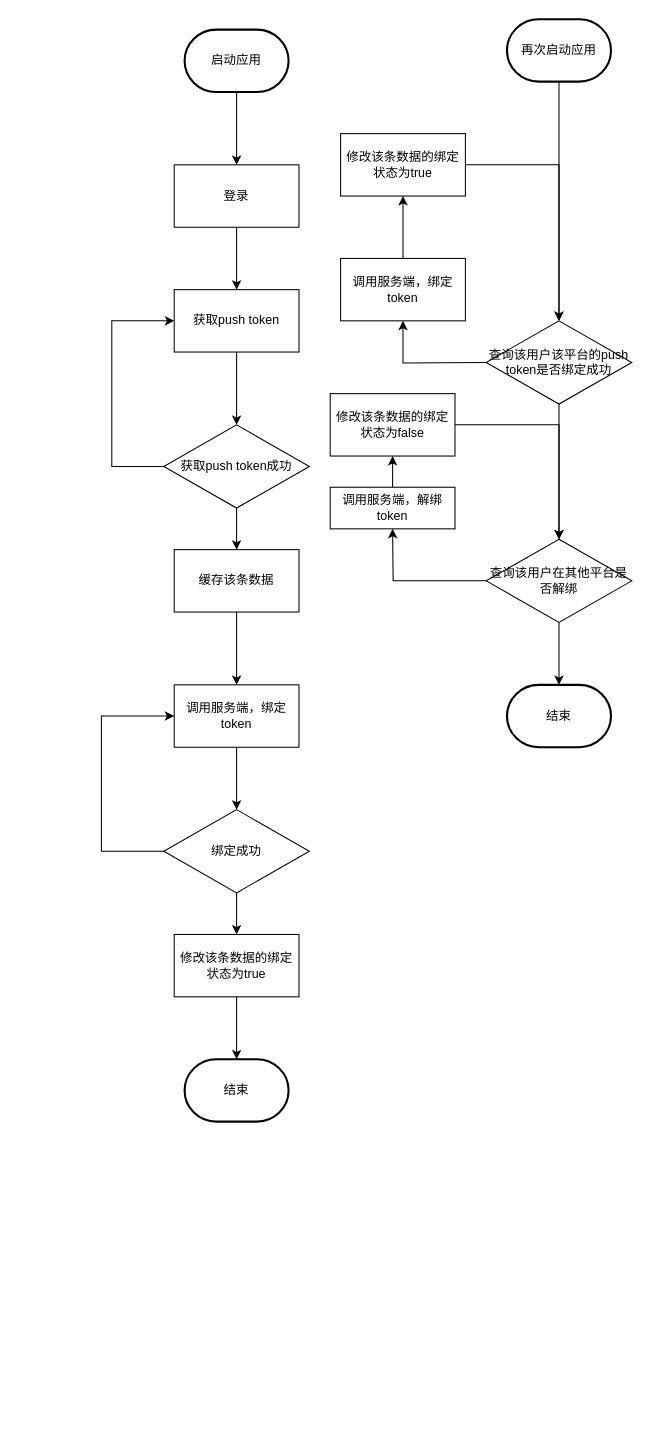
This is 未命名绘图.drawio from geeker-cmc/css3, a draw.io file, before an edit. Source tidied: cells renumbered, new cells numbered last; positions are measured from the earlier drawing's top-left corner, leaving out a move shared by most shapes. Both pictures are drawn from the tidied source at 104%, with x=0, y=0 at pixel (101, 19).
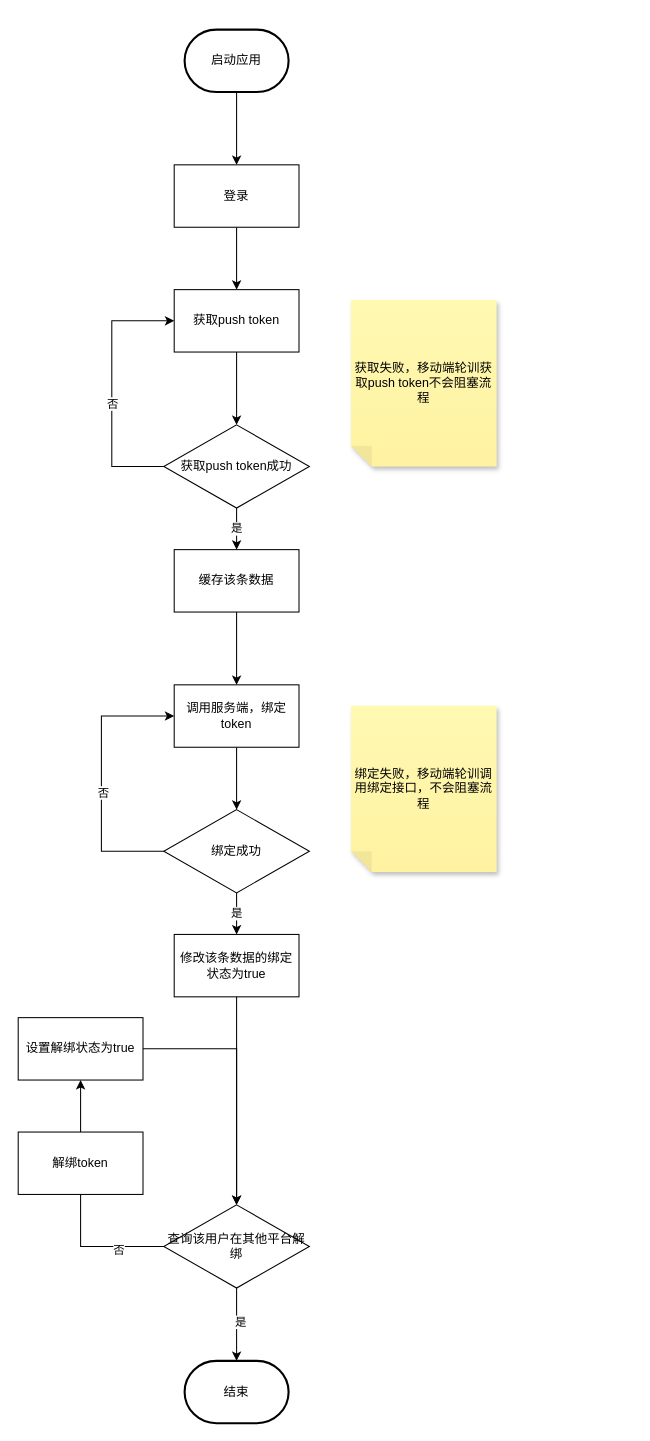
The same page after the edit.

Commit message:
更新未命名绘图.drawio

The change refers to these unchanged cells:
```xml
<mxCell id="8" style="edgeStyle=orthogonalEdgeStyle;rounded=0;jettySize=auto;html=1;entryX=0;entryY=0.5;entryDx=0;entryDy=0;" parent="1" edge="1" source="10" target="7">
  <mxGeometry relative="1" as="geometry">
    <Array as="points">
      <mxPoint x="10" y="430" />
      <mxPoint x="10" y="290" />
    </Array>
  </mxGeometry>
</mxCell>
<mxCell id="10" value="获取push token成功" style="rhombus;whiteSpace=wrap;html=1;" parent="1" vertex="1">
  <mxGeometry x="60" y="390" width="140" height="80" as="geometry" />
</mxCell>
<mxCell id="13" style="edgeStyle=orthogonalEdgeStyle;rounded=0;jettySize=auto;html=1;entryX=0;entryY=0.5;entryDx=0;entryDy=0;" parent="1" edge="1" source="15" target="12">
  <mxGeometry relative="1" as="geometry">
    <Array as="points">
      <mxPoint y="800" />
      <mxPoint y="670" />
    </Array>
  </mxGeometry>
</mxCell>
<mxCell id="15" value="绑定成功" style="rhombus;whiteSpace=wrap;html=1;" parent="1" vertex="1">
  <mxGeometry x="60" y="760" width="140" height="80" as="geometry" />
</mxCell>
<mxCell id="26" value="修改该条数据的绑定状态为true" style="rounded=0;whiteSpace=wrap;html=1;" parent="1" vertex="1">
  <mxGeometry x="70" y="880" width="120" height="60" as="geometry" />
</mxCell>
```

What changed in the source:
```diff
@@
+    <mxCell id="38" value="否" style="edgeLabel;html=1;align=center;verticalAlign=middle;" parent="8" vertex="1">
+      <mxGeometry x="-0.11" relative="1" as="geometry" />
+    </mxCell>
-    <mxCell id="9" style="edgeStyle=orthogonalEdgeStyle;rounded=0;jettySize=auto;html=1;" parent="1" edge="1" source="10">
+    <mxCell id="9" value="是" style="edgeStyle=orthogonalEdgeStyle;rounded=0;jettySize=auto;html=1;" parent="1" edge="1" source="10">
       <mxGeometry relative="1" as="geometry">
         <mxPoint x="130" y="510" as="targetPoint" />
       </mxGeometry>
     </mxCell>
@@
+    <mxCell id="39" value="否" style="edgeLabel;html=1;align=center;verticalAlign=middle;" parent="13" vertex="1">
+      <mxGeometry x="-0.1" y="-1" relative="1" as="geometry" />
+    </mxCell>
-    <mxCell id="14" style="edgeStyle=orthogonalEdgeStyle;rounded=0;jettySize=auto;html=1;" parent="1" edge="1" source="15">
+    <mxCell id="14" value="是" style="edgeStyle=orthogonalEdgeStyle;rounded=0;jettySize=auto;html=1;" parent="1" edge="1" source="15">
       <mxGeometry relative="1" as="geometry">
         <mxPoint x="130" y="880" as="targetPoint" />
       </mxGeometry>
     </mxCell>
@@
-    <mxCell id="18" value="结束" style="strokeWidth=2;html=1;shape=mxgraph.flowchart.terminator;whiteSpace=wrap;" parent="1" vertex="1">
-      <mxGeometry x="80" y="1000" width="100" height="60" as="geometry" />
-    </mxCell>
-    <mxCell id="19" style="edgeStyle=orthogonalEdgeStyle;rounded=0;jettySize=auto;html=1;entryX=0.5;entryY=0;entryDx=0;entryDy=0;" parent="1" edge="1" source="20" target="23">
-      <mxGeometry relative="1" as="geometry" />
-    </mxCell>
-    <mxCell id="20" value="再次启动应用" style="strokeWidth=2;html=1;shape=mxgraph.flowchart.terminator;whiteSpace=wrap;" parent="1" vertex="1">
-      <mxGeometry x="390" width="100" height="60" as="geometry" />
-    </mxCell>
-    <mxCell id="21" style="edgeStyle=orthogonalEdgeStyle;rounded=0;jettySize=auto;html=1;entryX=0.5;entryY=1;entryDx=0;entryDy=0;" parent="1" edge="1" target="25">
-      <mxGeometry relative="1" as="geometry">
-        <mxPoint x="370" y="330" as="sourcePoint" />
-      </mxGeometry>
-    </mxCell>
-    <mxCell id="22" style="edgeStyle=orthogonalEdgeStyle;rounded=0;jettySize=auto;html=1;entryX=0.5;entryY=0;entryDx=0;entryDy=0;" parent="1" edge="1" source="23" target="31">
-      <mxGeometry relative="1" as="geometry" />
-    </mxCell>
-    <mxCell id="23" value="查询该用户该平台的push token是否绑定成功" style="rhombus;whiteSpace=wrap;html=1;" parent="1" vertex="1">
-      <mxGeometry x="370" y="290" width="140" height="80" as="geometry" />
-    </mxCell>
-    <mxCell id="24" style="edgeStyle=orthogonalEdgeStyle;rounded=0;jettySize=auto;html=1;" parent="1" edge="1" source="25">
-      <mxGeometry relative="1" as="geometry">
-        <mxPoint x="290" y="170" as="targetPoint" />
-      </mxGeometry>
-    </mxCell>
-    <mxCell id="25" value="调用服务端，绑定token&lt;br&gt;" style="rounded=0;whiteSpace=wrap;html=1;" parent="1" vertex="1">
-      <mxGeometry x="230" y="230" width="120" height="60" as="geometry" />
-    </mxCell>
@@
-    <mxCell id="27" style="edgeStyle=orthogonalEdgeStyle;rounded=0;jettySize=auto;html=1;entryX=0.5;entryY=0;entryDx=0;entryDy=0;entryPerimeter=0;" parent="1" edge="1" source="26" target="18">
+    <mxCell id="27" style="edgeStyle=orthogonalEdgeStyle;rounded=0;jettySize=auto;html=1;entryX=0.5;entryY=0;entryDx=0;entryDy=0;" parent="1" edge="1" source="26" target="46">
       <mxGeometry relative="1" as="geometry" />
     </mxCell>
-    <mxCell id="28" style="edgeStyle=orthogonalEdgeStyle;rounded=0;jettySize=auto;html=1;" parent="1" edge="1" source="29" target="23">
-      <mxGeometry relative="1" as="geometry" />
-    </mxCell>
-    <mxCell id="29" value="修改该条数据的绑定状态为true" style="rounded=0;whiteSpace=wrap;html=1;" parent="1" vertex="1">
-      <mxGeometry x="230" y="110" width="120" height="60" as="geometry" />
-    </mxCell>
-    <mxCell id="30" style="edgeStyle=orthogonalEdgeStyle;rounded=0;jettySize=auto;html=1;" parent="1" edge="1" source="31">
-      <mxGeometry relative="1" as="geometry">
-        <mxPoint x="280" y="490" as="targetPoint" />
-      </mxGeometry>
-    </mxCell>
-    <mxCell id="31" value="查询该用户在其他平台是否解绑" style="rhombus;whiteSpace=wrap;html=1;" parent="1" vertex="1">
-      <mxGeometry x="370" y="500" width="140" height="80" as="geometry" />
-    </mxCell>
-    <mxCell id="32" style="edgeStyle=orthogonalEdgeStyle;rounded=0;jettySize=auto;html=1;" parent="1" edge="1" source="33" target="35">
-      <mxGeometry relative="1" as="geometry" />
-    </mxCell>
-    <mxCell id="33" value="调用服务端，解绑token" style="rounded=0;whiteSpace=wrap;html=1;" parent="1" vertex="1">
-      <mxGeometry x="220" y="450" width="120" height="40" as="geometry" />
-    </mxCell>
-    <mxCell id="34" style="edgeStyle=orthogonalEdgeStyle;rounded=0;jettySize=auto;html=1;" parent="1" edge="1" source="35" target="31">
-      <mxGeometry relative="1" as="geometry" />
-    </mxCell>
-    <mxCell id="35" value="修改该条数据的绑定状态为false" style="rounded=0;whiteSpace=wrap;html=1;" parent="1" vertex="1">
-      <mxGeometry x="220" y="360" width="120" height="60" as="geometry" />
-    </mxCell>
-    <mxCell id="36" value="结束" style="strokeWidth=2;html=1;shape=mxgraph.flowchart.terminator;whiteSpace=wrap;" parent="1" vertex="1">
-      <mxGeometry x="390" y="640" width="100" height="60" as="geometry" />
-    </mxCell>
-    <mxCell id="37" style="edgeStyle=orthogonalEdgeStyle;rounded=0;jettySize=auto;html=1;entryX=0.5;entryY=0;entryDx=0;entryDy=0;entryPerimeter=0;" parent="1" edge="1" source="31" target="36">
-      <mxGeometry relative="1" as="geometry" />
-    </mxCell>
+    <mxCell id="40" value="获取失败，移动端轮训获取push token不会阻塞流程" style="shape=note;whiteSpace=wrap;html=1;backgroundOutline=1;fontColor=#000000;darkOpacity=0.05;fillColor=#FFF9B2;strokeColor=none;fillStyle=solid;direction=west;gradientDirection=north;gradientColor=#FFF2A1;shadow=1;size=20;" parent="1" vertex="1">
+      <mxGeometry x="240" y="270" width="140" height="160" as="geometry" />
+    </mxCell>
+    <mxCell id="41" value="绑定失败，移动端轮训调用绑定接口，不会阻塞流程" style="shape=note;whiteSpace=wrap;html=1;backgroundOutline=1;fontColor=#000000;darkOpacity=0.05;fillColor=#FFF9B2;strokeColor=none;fillStyle=solid;direction=west;gradientDirection=north;gradientColor=#FFF2A1;shadow=1;size=20;" parent="1" vertex="1">
+      <mxGeometry x="240" y="660" width="140" height="160" as="geometry" />
+    </mxCell>
+    <mxCell id="42" style="edgeStyle=orthogonalEdgeStyle;rounded=0;jettySize=auto;html=1;entryX=0.5;entryY=1;entryDx=0;entryDy=0;" parent="1" edge="1" source="46" target="49">
+      <mxGeometry relative="1" as="geometry" />
+    </mxCell>
+    <mxCell id="43" value="否" style="edgeLabel;html=1;align=center;verticalAlign=middle;" parent="42" vertex="1">
+      <mxGeometry x="-0.63" y="3" relative="1" as="geometry" />
+    </mxCell>
+    <mxCell id="44" style="edgeStyle=orthogonalEdgeStyle;rounded=0;jettySize=auto;html=1;" parent="1" edge="1" source="46">
+      <mxGeometry relative="1" as="geometry">
+        <mxPoint x="130" y="1290" as="targetPoint" />
+      </mxGeometry>
+    </mxCell>
+    <mxCell id="45" value="是" style="edgeLabel;html=1;align=center;verticalAlign=middle;" parent="44" vertex="1">
+      <mxGeometry x="-0.09" y="3" relative="1" as="geometry" />
+    </mxCell>
+    <mxCell id="46" value="查询该用户在其他平台解绑" style="rhombus;whiteSpace=wrap;html=1;" parent="1" vertex="1">
+      <mxGeometry x="60" y="1140" width="140" height="80" as="geometry" />
+    </mxCell>
+    <mxCell id="47" value="解绑token" style="rounded=0;whiteSpace=wrap;html=1;" parent="1" vertex="1">
+      <mxGeometry x="-80" y="1070" width="120" height="60" as="geometry" />
+    </mxCell>
+    <mxCell id="48" style="edgeStyle=orthogonalEdgeStyle;rounded=0;jettySize=auto;html=1;entryX=0.5;entryY=0;entryDx=0;entryDy=0;" parent="1" edge="1" source="49" target="46">
+      <mxGeometry relative="1" as="geometry" />
+    </mxCell>
+    <mxCell id="49" value="设置解绑状态为true" style="rounded=0;whiteSpace=wrap;html=1;" parent="1" vertex="1">
+      <mxGeometry x="-80" y="960" width="120" height="60" as="geometry" />
+    </mxCell>
+    <mxCell id="50" value="结束" style="strokeWidth=2;html=1;shape=mxgraph.flowchart.terminator;whiteSpace=wrap;" parent="1" vertex="1">
+      <mxGeometry x="80" y="1290" width="100" height="60" as="geometry" />
+    </mxCell>
```
